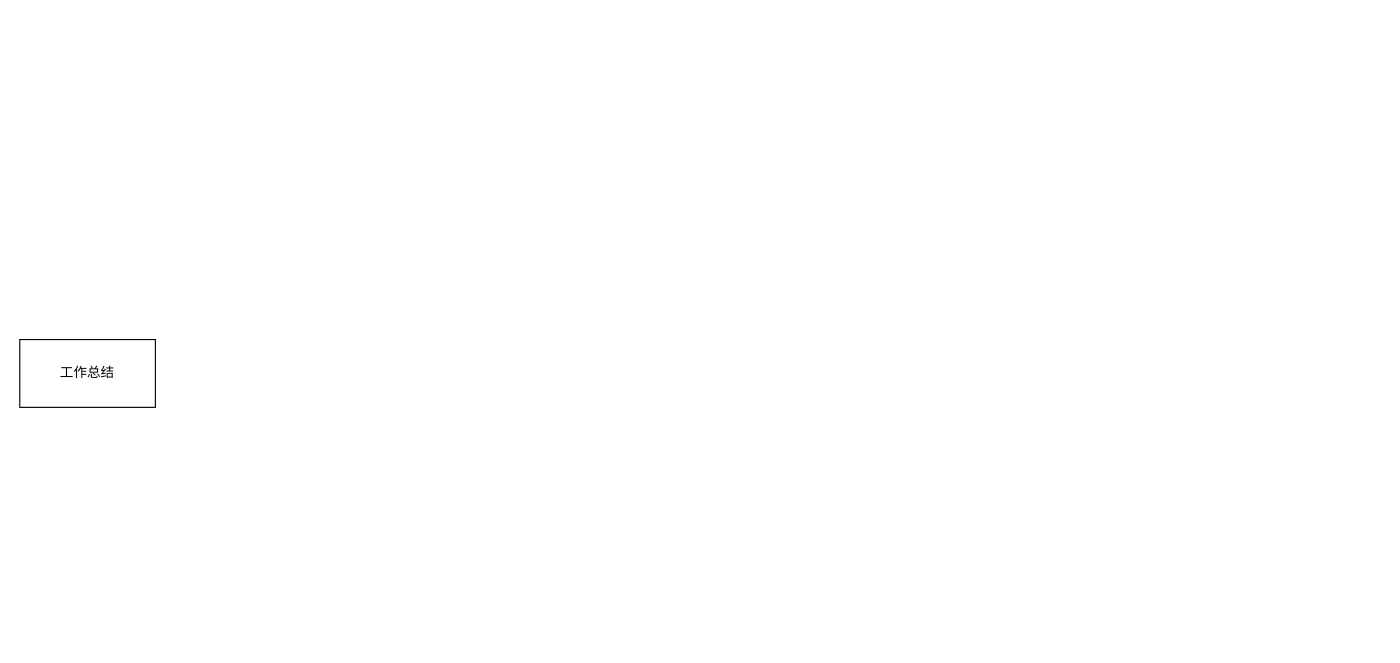
Before: 医联年终述职.drawio in happycodejs/draw.io, a draw.io diagram. Source tidied: cells renumbered, new cells numbered last; positions are measured from the earlier drawing's top-left corner, leaving out a move shared by most shapes. Both pictures are drawn from the tidied source at 113%, with x=0, y=0 at pixel (19, 339).
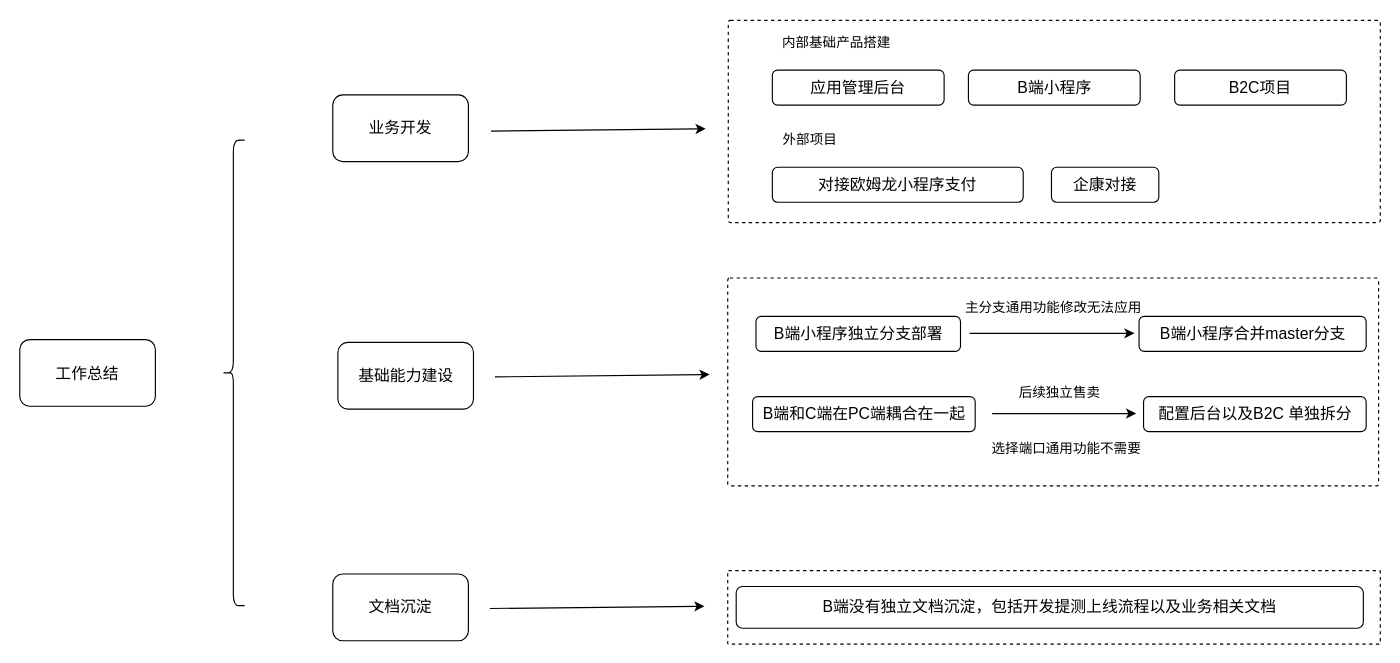
The same diagram, later.

Commit message (it also covers changes not shown here):
更新医联年终述职.drawio

The edit, as a diff of the source:
```diff
@@
+    <mxCell id="3" style="rounded=1;whiteSpace=wrap;html=1;arcSize=1;fontSize=14;dashed=1;" parent="1" vertex="1">
+      <mxGeometry x="626.5" y="204.5" width="577.5" height="65" as="geometry" />
+    </mxCell>
+    <mxCell id="4" style="rounded=1;whiteSpace=wrap;html=1;arcSize=1;fontSize=14;dashed=1;" parent="1" vertex="1">
+      <mxGeometry x="626.5" y="-54.5" width="576" height="184" as="geometry" />
+    </mxCell>
-    <mxCell id="2" value="工作总结" style="rounded=1;whiteSpace=wrap;html=1;arcSize=0;" parent="1" vertex="1">
-      <mxGeometry width="120" height="60" as="geometry" />
+    <mxCell id="2" value="工作总结" style="rounded=1;whiteSpace=wrap;html=1;arcSize=15;fontSize=14;" parent="1" vertex="1">
+      <mxGeometry width="120" height="59" as="geometry" />
     </mxCell>
+    <mxCell id="5" value="业务开发" style="rounded=1;whiteSpace=wrap;html=1;arcSize=15;fontSize=14;" parent="1" vertex="1">
+      <mxGeometry x="277" y="-216.5" width="120" height="59" as="geometry" />
+    </mxCell>
+    <mxCell id="6" value="基础能力建设" style="rounded=1;whiteSpace=wrap;html=1;arcSize=15;fontSize=14;" parent="1" vertex="1">
+      <mxGeometry x="281.5" y="2.5" width="120" height="59" as="geometry" />
+    </mxCell>
+    <mxCell id="7" value="文档沉淀" style="rounded=1;whiteSpace=wrap;html=1;arcSize=15;fontSize=14;" parent="1" vertex="1">
+      <mxGeometry x="277" y="207.5" width="120" height="59" as="geometry" />
+    </mxCell>
+    <mxCell id="8" style="shape=curlyBracket;whiteSpace=wrap;html=1;rounded=1;labelPosition=left;verticalLabelPosition=middle;align=right;verticalAlign=middle;" parent="1" vertex="1">
+      <mxGeometry x="179" y="-176.5" width="20" height="412" as="geometry" />
+    </mxCell>
+    <mxCell id="9" style="endArrow=classic;html=1;rounded=0;" parent="1" edge="1">
+      <mxGeometry relative="1" as="geometry">
+        <mxPoint x="417" y="-184.5" as="sourcePoint" />
+        <mxPoint x="607" y="-186.5" as="targetPoint" />
+      </mxGeometry>
+    </mxCell>
+    <mxCell id="10" style="rounded=1;whiteSpace=wrap;html=1;arcSize=1;fontSize=14;dashed=1;" parent="1" vertex="1">
+      <mxGeometry x="627" y="-282.5" width="577" height="179" as="geometry" />
+    </mxCell>
+    <mxCell id="11" value="应用管理后台" style="rounded=1;whiteSpace=wrap;html=1;arcSize=15;fontSize=14;" parent="1" vertex="1">
+      <mxGeometry x="666" y="-238.5" width="152" height="31" as="geometry" />
+    </mxCell>
+    <mxCell id="12" value="B端小程序" style="rounded=1;whiteSpace=wrap;html=1;arcSize=15;fontSize=14;" parent="1" vertex="1">
+      <mxGeometry x="839.5" y="-238.5" width="152" height="31" as="geometry" />
+    </mxCell>
+    <mxCell id="13" value="B2C项目" style="rounded=1;whiteSpace=wrap;html=1;arcSize=15;fontSize=14;" parent="1" vertex="1">
+      <mxGeometry x="1022" y="-238.5" width="152" height="31" as="geometry" />
+    </mxCell>
+    <mxCell id="14" value="对接欧姆龙小程序支付" style="rounded=1;whiteSpace=wrap;html=1;arcSize=15;fontSize=14;" parent="1" vertex="1">
+      <mxGeometry x="666" y="-152.5" width="222" height="31" as="geometry" />
+    </mxCell>
+    <mxCell id="15" value="内部基础产品搭建" style="text;html=1;align=center;verticalAlign=middle;whiteSpace=wrap;rounded=0;" parent="1" vertex="1">
+      <mxGeometry x="638" y="-277.5" width="170" height="30" as="geometry" />
+    </mxCell>
+    <mxCell id="16" value="外部项目" style="text;html=1;align=center;verticalAlign=middle;whiteSpace=wrap;rounded=0;" parent="1" vertex="1">
+      <mxGeometry x="638" y="-192.5" width="123" height="30" as="geometry" />
+    </mxCell>
+    <mxCell id="17" value="企康对接" style="rounded=1;whiteSpace=wrap;html=1;arcSize=15;fontSize=14;" parent="1" vertex="1">
+      <mxGeometry x="913" y="-152.5" width="95" height="31" as="geometry" />
+    </mxCell>
+    <mxCell id="18" style="endArrow=classic;html=1;rounded=0;" parent="1" edge="1">
+      <mxGeometry relative="1" as="geometry">
+        <mxPoint x="420.5" y="33" as="sourcePoint" />
+        <mxPoint x="610.5" y="31" as="targetPoint" />
+      </mxGeometry>
+    </mxCell>
+    <mxCell id="19" value="B端小程序独立分支部署" style="rounded=1;whiteSpace=wrap;html=1;arcSize=15;fontSize=14;" parent="1" vertex="1">
+      <mxGeometry x="651.5" y="-20.5" width="181" height="31" as="geometry" />
+    </mxCell>
+    <mxCell id="20" value="B端小程序合并master分支" style="rounded=1;whiteSpace=wrap;html=1;arcSize=15;fontSize=14;" parent="1" vertex="1">
+      <mxGeometry x="990.5" y="-20.5" width="201" height="31" as="geometry" />
+    </mxCell>
+    <mxCell id="21" style="endArrow=classic;html=1;rounded=0;" parent="1" edge="1">
+      <mxGeometry relative="1" as="geometry">
+        <mxPoint x="840.5" y="-5.5" as="sourcePoint" />
+        <mxPoint x="986.5" y="-5.5" as="targetPoint" />
+      </mxGeometry>
+    </mxCell>
+    <mxCell id="22" value="主分支通用功能修改无法应用" style="text;html=1;align=center;verticalAlign=middle;whiteSpace=wrap;rounded=0;" parent="1" vertex="1">
+      <mxGeometry x="829.5" y="-43.5" width="170" height="30" as="geometry" />
+    </mxCell>
+    <mxCell id="23" value="B端和C端在PC端耦合在一起" style="rounded=1;whiteSpace=wrap;html=1;arcSize=15;fontSize=14;" parent="1" vertex="1">
+      <mxGeometry x="648.5" y="50.5" width="197" height="31" as="geometry" />
+    </mxCell>
+    <mxCell id="24" value="配置后台以及B2C 单独拆分" style="rounded=1;whiteSpace=wrap;html=1;arcSize=15;fontSize=14;" parent="1" vertex="1">
+      <mxGeometry x="994.5" y="50.5" width="197" height="31" as="geometry" />
+    </mxCell>
+    <mxCell id="25" style="endArrow=classic;html=1;rounded=0;" parent="1" edge="1">
+      <mxGeometry relative="1" as="geometry">
+        <mxPoint x="860.5" y="65.5" as="sourcePoint" />
+        <mxPoint x="988" y="65.5" as="targetPoint" />
+      </mxGeometry>
+    </mxCell>
+    <mxCell id="26" value="后续独立售卖" style="text;html=1;align=center;verticalAlign=middle;whiteSpace=wrap;rounded=0;" parent="1" vertex="1">
+      <mxGeometry x="862.5" y="31.5" width="115" height="30" as="geometry" />
+    </mxCell>
+    <mxCell id="27" value="选择端口通用功能不需要" style="text;html=1;align=center;verticalAlign=middle;whiteSpace=wrap;rounded=0;" parent="1" vertex="1">
+      <mxGeometry x="848.5" y="81.5" width="155" height="30" as="geometry" />
+    </mxCell>
+    <mxCell id="28" style="endArrow=classic;html=1;rounded=0;" parent="1" edge="1">
+      <mxGeometry relative="1" as="geometry">
+        <mxPoint x="416" y="238" as="sourcePoint" />
+        <mxPoint x="606" y="236" as="targetPoint" />
+      </mxGeometry>
+    </mxCell>
+    <mxCell id="29" value="B端没有独立文档沉淀，包括开发提测上线流程以及业务相关文档" style="rounded=1;whiteSpace=wrap;html=1;arcSize=15;fontSize=14;" parent="1" vertex="1">
+      <mxGeometry x="634" y="218.5" width="555" height="37" as="geometry" />
+    </mxCell>
```
